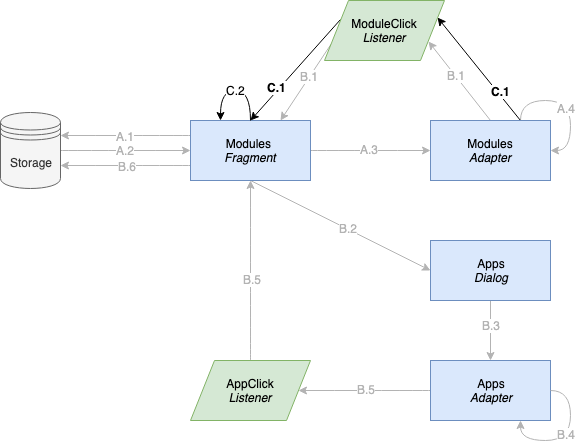
Earlier version of the draw.io export Thesis/images/Module_ImpC.png (Perelan/Master). Source tidied: cells renumbered, new cells last; positions are measured from the earlier drawing's top-left corner, leaving out a move shared by most shapes.
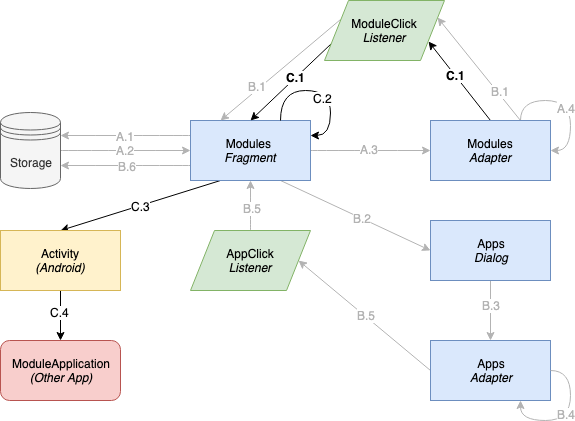
After the change.

Commit message:
development: fix module figure

Change to the diagram source:
```diff
@@ -33,12 +33,18 @@
         <mxPoint x="2" as="offset" />
       </mxGeometry>
     </mxCell>
-    <mxCell id="11" style="edgeStyle=none;rounded=0;jettySize=auto;html=1;exitX=0.5;exitY=1;exitDx=0;exitDy=0;entryX=0;entryY=0.5;entryDx=0;entryDy=0;strokeColor=#B3B3B3;" parent="1" edge="1" source="13" target="34">
+    <mxCell id="11" style="edgeStyle=none;rounded=0;jettySize=auto;html=1;exitX=0.75;exitY=1;exitDx=0;exitDy=0;entryX=0;entryY=0.5;entryDx=0;entryDy=0;strokeColor=#B3B3B3;" parent="1" edge="1" source="13" target="34">
       <mxGeometry relative="1" as="geometry" />
     </mxCell>
     <mxCell id="12" value="B.2" style="text;html=1;align=center;verticalAlign=middle;labelBackgroundColor=#ffffff;fontColor=#B3B3B3;" parent="11" vertex="1">
       <mxGeometry x="0.08" y="1" relative="1" as="geometry" />
     </mxCell>
+    <mxCell id="39" style="edgeStyle=none;rounded=0;jettySize=auto;html=1;exitX=0.25;exitY=1;exitDx=0;exitDy=0;entryX=0.5;entryY=0;entryDx=0;entryDy=0;startArrow=none;startFill=0;endArrow=classic;endFill=1;strokeColor=#000000;fontColor=#B3B3B3;" parent="1" edge="1" source="13" target="43">
+      <mxGeometry relative="1" as="geometry" />
+    </mxCell>
+    <mxCell id="40" value="C.3" style="text;html=1;align=center;verticalAlign=middle;labelBackgroundColor=#ffffff;fontColor=#000000;" parent="39" vertex="1">
+      <mxGeometry relative="1" as="geometry" />
+    </mxCell>
     <mxCell id="13" value="Modules&amp;nbsp;&lt;br&gt;&lt;i&gt;Fragment&lt;/i&gt;" style="rounded=0;whiteSpace=wrap;html=1;fillColor=#dae8fc;strokeColor=#6c8ebf;" parent="1" vertex="1">
       <mxGeometry x="190" y="120" width="120" height="60" as="geometry" />
     </mxCell>
@@ -48,16 +54,16 @@
     <mxCell id="15" value="A.4" style="text;html=1;align=center;verticalAlign=middle;labelBackgroundColor=#ffffff;fontColor=#B3B3B3;" parent="14" vertex="1">
       <mxGeometry x="-0.07" y="-7" relative="1" as="geometry" />
     </mxCell>
-    <mxCell id="16" style="rounded=0;jettySize=auto;html=1;exitX=0.75;exitY=0;exitDx=0;exitDy=0;entryX=1;entryY=0.25;entryDx=0;entryDy=0;" parent="1" edge="1" source="20" target="25">
+    <mxCell id="16" style="rounded=0;jettySize=auto;html=1;exitX=0.75;exitY=0;exitDx=0;exitDy=0;entryX=1;entryY=0.25;entryDx=0;entryDy=0;strokeColor=#B3B3B3;" parent="1" edge="1" source="20" target="25">
       <mxGeometry relative="1" as="geometry" />
     </mxCell>
-    <mxCell id="17" value="C.1" style="text;html=1;align=center;verticalAlign=middle;labelBackgroundColor=#ffffff;fontStyle=1;" parent="16" vertex="1">
+    <mxCell id="17" value="B.1" style="text;html=1;align=center;verticalAlign=middle;labelBackgroundColor=#ffffff;fontColor=#B3B3B3;" parent="16" vertex="1">
       <mxGeometry x="-0.46" y="-3" relative="1" as="geometry" />
     </mxCell>
-    <mxCell id="18" style="edgeStyle=none;rounded=0;jettySize=auto;html=1;exitX=0.5;exitY=0;exitDx=0;exitDy=0;entryX=1;entryY=0.75;entryDx=0;entryDy=0;strokeColor=#B3B3B3;" parent="1" edge="1" source="20" target="25">
+    <mxCell id="18" style="edgeStyle=none;rounded=0;jettySize=auto;html=1;exitX=0.5;exitY=0;exitDx=0;exitDy=0;entryX=1;entryY=0.75;entryDx=0;entryDy=0;" parent="1" edge="1" source="20" target="25">
       <mxGeometry relative="1" as="geometry" />
     </mxCell>
-    <mxCell id="19" value="B.1" style="text;html=1;align=center;verticalAlign=middle;labelBackgroundColor=#ffffff;fontColor=#B3B3B3;" parent="18" vertex="1">
+    <mxCell id="19" value="C.1" style="text;html=1;align=center;verticalAlign=middle;labelBackgroundColor=#ffffff;fontStyle=1;" parent="18" vertex="1">
       <mxGeometry x="0.05" y="-1" relative="1" as="geometry">
         <mxPoint x="-3" y="-3" as="offset" />
       </mxGeometry>
@@ -65,18 +71,16 @@
     <mxCell id="20" value="Modules&lt;br&gt;&lt;i&gt;Adapter&lt;/i&gt;&lt;br&gt;" style="rounded=0;whiteSpace=wrap;html=1;fillColor=#dae8fc;strokeColor=#6c8ebf;" parent="1" vertex="1">
       <mxGeometry x="430" y="120" width="120" height="60" as="geometry" />
     </mxCell>
-    <mxCell id="21" style="edgeStyle=none;rounded=0;jettySize=auto;html=1;exitX=0;exitY=0.75;exitDx=0;exitDy=0;entryX=0.75;entryY=0;entryDx=0;entryDy=0;strokeColor=#B3B3B3;" parent="1" edge="1" source="25" target="13">
+    <mxCell id="21" style="edgeStyle=none;rounded=0;jettySize=auto;html=1;exitX=0;exitY=0.75;exitDx=0;exitDy=0;entryX=0.5;entryY=0;entryDx=0;entryDy=0;" parent="1" edge="1" source="25" target="13">
       <mxGeometry relative="1" as="geometry" />
     </mxCell>
-    <mxCell id="22" value="B.1" style="text;html=1;align=center;verticalAlign=middle;labelBackgroundColor=#ffffff;fontColor=#B3B3B3;" parent="21" vertex="1">
+    <mxCell id="22" value="C.1" style="text;html=1;align=center;verticalAlign=middle;labelBackgroundColor=#ffffff;fontStyle=1;" parent="21" vertex="1">
       <mxGeometry x="-0.13" y="-1" relative="1" as="geometry" />
     </mxCell>
-    <mxCell id="23" style="edgeStyle=none;rounded=0;jettySize=auto;html=1;exitX=0;exitY=0.25;exitDx=0;exitDy=0;" parent="1" edge="1" source="25">
-      <mxGeometry relative="1" as="geometry">
-        <mxPoint x="250" y="120" as="targetPoint" />
-      </mxGeometry>
+    <mxCell id="23" style="edgeStyle=none;rounded=0;jettySize=auto;html=1;exitX=0;exitY=0.25;exitDx=0;exitDy=0;entryX=0.25;entryY=0;entryDx=0;entryDy=0;strokeColor=#B3B3B3;" parent="1" edge="1" source="25" target="13">
+      <mxGeometry relative="1" as="geometry" />
     </mxCell>
-    <mxCell id="24" value="C.1" style="text;html=1;align=center;verticalAlign=middle;labelBackgroundColor=#ffffff;fontStyle=1;" parent="23" vertex="1">
+    <mxCell id="24" value="B.1" style="text;html=1;align=center;verticalAlign=middle;labelBackgroundColor=#ffffff;fontColor=#B3B3B3;" parent="23" vertex="1">
       <mxGeometry x="0.37" y="-3" relative="1" as="geometry" />
     </mxCell>
     <mxCell id="25" value="ModuleClick&lt;br&gt;&lt;i&gt;Listener&lt;/i&gt;&lt;br&gt;" style="shape=parallelogram;perimeter=parallelogramPerimeter;whiteSpace=wrap;html=1;fillColor=#d5e8d4;strokeColor=#82b366;" parent="1" vertex="1">
@@ -89,16 +93,16 @@
       <mxGeometry x="-0.09" y="-1" relative="1" as="geometry" />
     </mxCell>
     <mxCell id="28" value="AppClick&lt;br&gt;&lt;i&gt;Listener&lt;/i&gt;&lt;br&gt;" style="shape=parallelogram;perimeter=parallelogramPerimeter;whiteSpace=wrap;html=1;fillColor=#d5e8d4;strokeColor=#82b366;" parent="1" vertex="1">
-      <mxGeometry x="190" y="360" width="120" height="60" as="geometry" />
+      <mxGeometry x="190" y="230" width="120" height="60" as="geometry" />
     </mxCell>
-    <mxCell id="29" style="edgeStyle=orthogonalEdgeStyle;curved=1;rounded=0;jettySize=auto;html=1;exitX=0;exitY=0.5;exitDx=0;exitDy=0;entryX=1;entryY=0.5;entryDx=0;entryDy=0;strokeColor=#B3B3B3;" parent="1" edge="1" source="31" target="28">
+    <mxCell id="29" style="rounded=0;jettySize=auto;html=1;exitX=0;exitY=0.5;exitDx=0;exitDy=0;entryX=1;entryY=0.5;entryDx=0;entryDy=0;strokeColor=#B3B3B3;" parent="1" edge="1" source="31" target="28">
       <mxGeometry relative="1" as="geometry" />
     </mxCell>
     <mxCell id="30" value="B.5" style="text;html=1;align=center;verticalAlign=middle;labelBackgroundColor=#ffffff;fontColor=#B3B3B3;" parent="29" vertex="1">
       <mxGeometry x="-0.02" y="-2" relative="1" as="geometry" />
     </mxCell>
     <mxCell id="31" value="Apps&lt;br&gt;&lt;i&gt;Adapter&lt;/i&gt;&lt;br&gt;" style="rounded=0;whiteSpace=wrap;html=1;fillColor=#dae8fc;strokeColor=#6c8ebf;" parent="1" vertex="1">
-      <mxGeometry x="430" y="360" width="120" height="60" as="geometry" />
+      <mxGeometry x="430" y="340" width="120" height="60" as="geometry" />
     </mxCell>
     <mxCell id="32" style="edgeStyle=none;rounded=0;jettySize=auto;html=1;exitX=0.5;exitY=1;exitDx=0;exitDy=0;entryX=0.5;entryY=0;entryDx=0;entryDy=0;strokeColor=#B3B3B3;" parent="1" edge="1" source="34" target="31">
       <mxGeometry relative="1" as="geometry" />
@@ -107,7 +111,7 @@
       <mxGeometry x="-0.2" relative="1" as="geometry" />
     </mxCell>
     <mxCell id="34" value="Apps&lt;br&gt;&lt;i&gt;Dialog&lt;/i&gt;&lt;br&gt;" style="rounded=0;whiteSpace=wrap;html=1;fillColor=#dae8fc;strokeColor=#6c8ebf;" parent="1" vertex="1">
-      <mxGeometry x="430" y="240" width="120" height="60" as="geometry" />
+      <mxGeometry x="430" y="220" width="120" height="60" as="geometry" />
     </mxCell>
     <mxCell id="35" style="edgeStyle=orthogonalEdgeStyle;rounded=0;orthogonalLoop=1;jettySize=auto;html=1;exitX=1;exitY=0.5;exitDx=0;exitDy=0;entryX=0.75;entryY=1;entryDx=0;entryDy=0;curved=1;strokeColor=#B3B3B3;" parent="1" edge="1" source="31" target="31">
       <mxGeometry relative="1" as="geometry" />
@@ -115,18 +119,29 @@
     <mxCell id="36" value="B.4" style="text;html=1;align=center;verticalAlign=middle;labelBackgroundColor=#ffffff;fontColor=#B3B3B3;" parent="35" vertex="1">
       <mxGeometry x="-0.1" y="-5" relative="1" as="geometry" />
     </mxCell>
-    <mxCell id="37" style="edgeStyle=orthogonalEdgeStyle;curved=1;rounded=0;orthogonalLoop=1;jettySize=auto;html=1;exitX=0.5;exitY=0;exitDx=0;exitDy=0;entryX=0.25;entryY=0;entryDx=0;entryDy=0;" parent="1" edge="1">
-      <mxGeometry relative="1" as="geometry">
-        <mxPoint x="250" y="120" as="sourcePoint" />
-        <mxPoint x="220" y="120" as="targetPoint" />
-        <Array as="points">
-          <mxPoint x="250" y="90" />
-          <mxPoint x="220" y="90" />
-        </Array>
-      </mxGeometry>
-    </mxCell>
+    <mxCell id="41" style="edgeStyle=none;rounded=0;jettySize=auto;html=1;exitX=0.5;exitY=1;exitDx=0;exitDy=0;entryX=0.5;entryY=0;entryDx=0;entryDy=0;startArrow=none;startFill=0;endArrow=classic;endFill=1;strokeColor=#000000;fontColor=#B3B3B3;" parent="1" edge="1" source="43" target="44">
+      <mxGeometry relative="1" as="geometry" />
+    </mxCell>
+    <mxCell id="42" value="C.4" style="text;html=1;align=center;verticalAlign=middle;labelBackgroundColor=#ffffff;fontColor=#000000;" parent="41" vertex="1">
+      <mxGeometry x="-0.16" y="-1" relative="1" as="geometry" />
+    </mxCell>
+    <mxCell id="43" value="Activity&lt;br&gt;&lt;i&gt;(Android)&lt;/i&gt;&lt;br&gt;" style="rounded=0;whiteSpace=wrap;html=1;fillColor=#fff2cc;strokeColor=#d6b656;" parent="1" vertex="1">
+      <mxGeometry y="230" width="120" height="60" as="geometry" />
+    </mxCell>
+    <mxCell id="44" value="ModuleApplication&lt;br&gt;&lt;i&gt;(Other App)&lt;/i&gt;&lt;br&gt;" style="rounded=1;whiteSpace=wrap;html=1;fillColor=#f8cecc;strokeColor=#b85450;" parent="1" vertex="1">
+      <mxGeometry y="340" width="120" height="60" as="geometry" />
+    </mxCell>
+    <mxCell id="45" style="edgeStyle=orthogonalEdgeStyle;rounded=0;orthogonalLoop=1;jettySize=auto;html=1;exitX=0.75;exitY=0;exitDx=0;exitDy=0;entryX=1;entryY=0.25;entryDx=0;entryDy=0;startArrow=none;startFill=0;endArrow=classic;endFill=1;strokeColor=#000000;fontColor=#B3B3B3;curved=1;" parent="1" edge="1" source="13" target="13">
+      <mxGeometry relative="1" as="geometry">
+        <Array as="points">
+          <mxPoint x="280" y="90" />
+          <mxPoint x="330" y="90" />
+          <mxPoint x="330" y="135" />
+        </Array>
+      </mxGeometry>
+    </mxCell>
-    <mxCell id="38" value="C.2" style="text;html=1;align=center;verticalAlign=middle;labelBackgroundColor=#ffffff;" parent="37" vertex="1">
-      <mxGeometry y="-1" relative="1" as="geometry" />
+    <mxCell id="38" value="C.2" style="text;html=1;align=center;verticalAlign=middle;labelBackgroundColor=#ffffff;fontColor=#000000;" parent="45" vertex="1">
+      <mxGeometry x="-0.01" y="-7" relative="1" as="geometry" />
     </mxCell>
   </root>
 </mxGraphModel>
```
